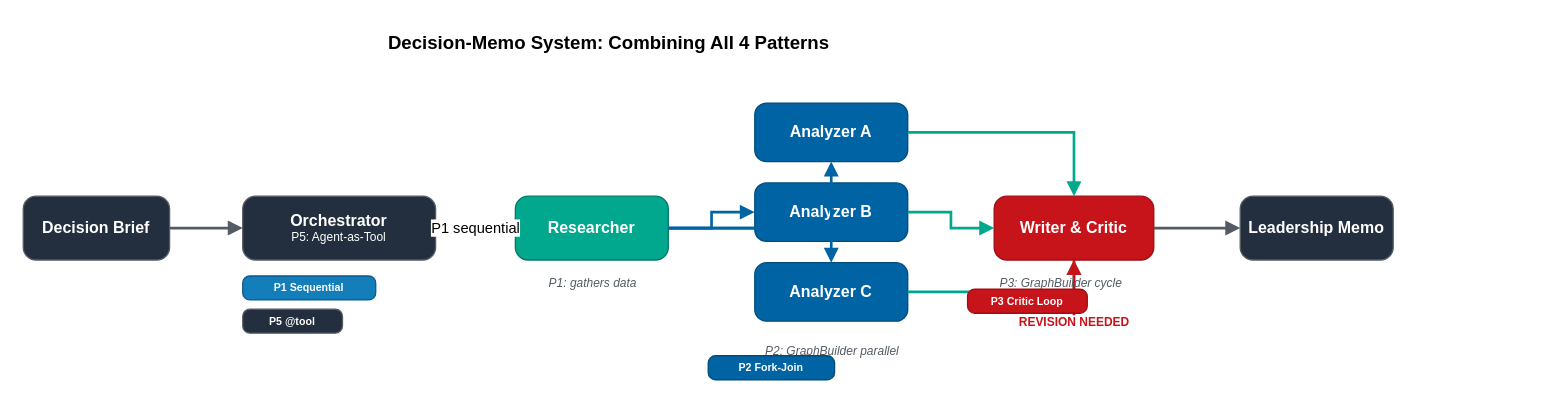
The draw.io diagram samples/07-capstone/architecture.drawio in aws-samples/sample-multi-agent-systems-with-strands-workshop, before the edit. Source tidied: cells renumbered, new cells numbered last; positions are measured from the earlier drawing's top-left corner, leaving out a move shared by most shapes. Both pictures are drawn from the tidied source at 133%, with x=0, y=0 at pixel (23, 25).
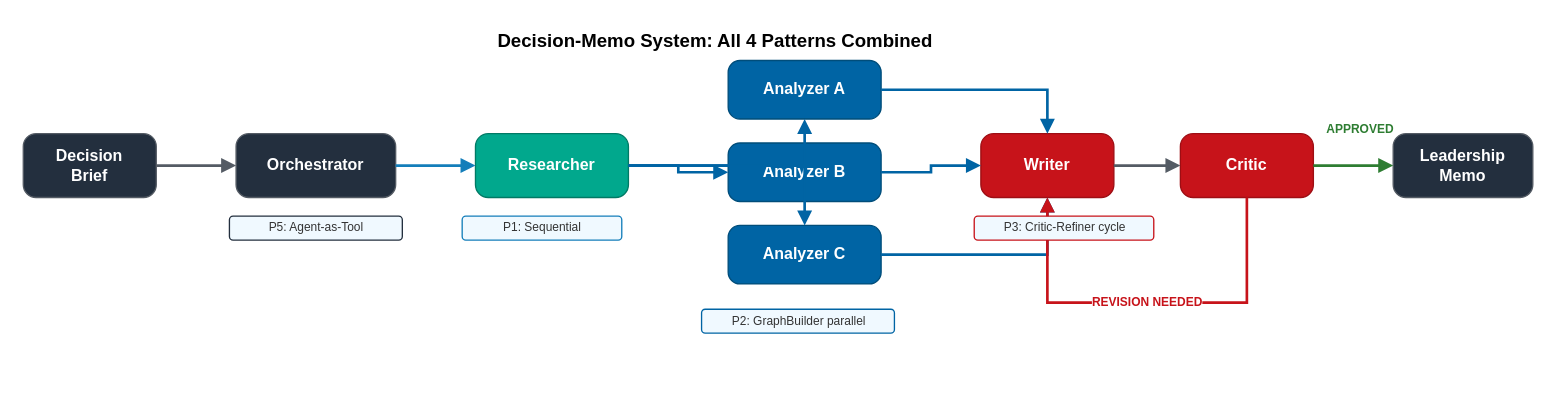
The same page after the edit.

Commit message (it also covers changes not shown here):
Fix M7 diagrams (conceptual+production clean layout); fix semgrep findings in cleanup.py (nosemgrep for intentional polling sleeps)

Change to the diagram source:
```diff
@@
-    <mxCell id="2" value="Decision-Memo System: Combining All 4 Patterns" style="text;html=1;align=center;verticalAlign=middle;fontSize=14;fontStyle=1;fillColor=none;strokeColor=none;" parent="1" vertex="1">
-      <mxGeometry width="880" height="26" as="geometry" />
-    </mxCell>
+    <mxCell id="28" value="Decision-Memo System: All 4 Patterns Combined" style="text;html=1;align=center;verticalAlign=middle;fontSize=14;fontStyle=1;fillColor=none;strokeColor=none;" parent="1" vertex="1">
+      <mxGeometry y="-2" width="1040" height="26" as="geometry" />
+    </mxCell>
-    <mxCell id="3" value="Decision Brief" style="rounded=1;whiteSpace=wrap;html=1;fillColor=#232F3E;strokeColor=#545B64;fontColor=#ffffff;fontSize=12;fontStyle=1;arcSize=20;" parent="1" vertex="1">
-      <mxGeometry y="128" width="110" height="48" as="geometry" />
+    <mxCell id="3" value="Decision&lt;br&gt;Brief" style="rounded=1;whiteSpace=wrap;html=1;fillColor=#232F3E;strokeColor=#545B64;fontColor=#ffffff;fontSize=12;fontStyle=1;arcSize=20;" parent="1" vertex="1">
+      <mxGeometry y="81" width="100" height="48" as="geometry" />
     </mxCell>
-    <mxCell id="4" value="Orchestrator&lt;div style=&quot;font-size:9px;font-weight:normal&quot;&gt;P5: Agent-as-Tool&lt;/div&gt;" style="rounded=1;whiteSpace=wrap;html=1;fillColor=#232F3E;strokeColor=#545B64;fontColor=#ffffff;fontSize=12;fontStyle=1;arcSize=20;" parent="1" vertex="1">
-      <mxGeometry x="165" y="128" width="145" height="48" as="geometry" />
+    <mxCell id="4" value="Orchestrator" style="rounded=1;whiteSpace=wrap;html=1;fillColor=#232F3E;strokeColor=#545B64;fontColor=#ffffff;fontSize=12;fontStyle=1;arcSize=20;" parent="1" vertex="1">
+      <mxGeometry x="160" y="81" width="120" height="48" as="geometry" />
     </mxCell>
     <mxCell id="5" value="Researcher" style="rounded=1;whiteSpace=wrap;html=1;fillColor=#01A88D;strokeColor=#017A65;fontColor=#ffffff;fontSize=12;fontStyle=1;arcSize=20;" parent="1" vertex="1">
-      <mxGeometry x="370" y="128" width="115" height="48" as="geometry" />
+      <mxGeometry x="340" y="81" width="115" height="48" as="geometry" />
     </mxCell>
     <mxCell id="6" value="Analyzer A" style="rounded=1;whiteSpace=wrap;html=1;fillColor=#0064A4;strokeColor=#004D7A;fontColor=#ffffff;fontSize=12;fontStyle=1;arcSize=20;" parent="1" vertex="1">
-      <mxGeometry x="550" y="58" width="115" height="44" as="geometry" />
+      <mxGeometry x="530" y="26" width="115" height="44" as="geometry" />
     </mxCell>
     <mxCell id="7" value="Analyzer B" style="rounded=1;whiteSpace=wrap;html=1;fillColor=#0064A4;strokeColor=#004D7A;fontColor=#ffffff;fontSize=12;fontStyle=1;arcSize=20;" parent="1" vertex="1">
-      <mxGeometry x="550" y="118" width="115" height="44" as="geometry" />
+      <mxGeometry x="530" y="88" width="115" height="44" as="geometry" />
     </mxCell>
     <mxCell id="8" value="Analyzer C" style="rounded=1;whiteSpace=wrap;html=1;fillColor=#0064A4;strokeColor=#004D7A;fontColor=#ffffff;fontSize=12;fontStyle=1;arcSize=20;" parent="1" vertex="1">
-      <mxGeometry x="550" y="178" width="115" height="44" as="geometry" />
+      <mxGeometry x="530" y="150" width="115" height="44" as="geometry" />
     </mxCell>
+    <mxCell id="29" value="Writer" style="rounded=1;whiteSpace=wrap;html=1;fillColor=#C7131A;strokeColor=#9E0E14;fontColor=#ffffff;fontSize=12;fontStyle=1;arcSize=20;" parent="1" vertex="1">
+      <mxGeometry x="720" y="81" width="100" height="48" as="geometry" />
+    </mxCell>
-    <mxCell id="9" value="Writer &amp; Critic" style="rounded=1;whiteSpace=wrap;html=1;fillColor=#C7131A;strokeColor=#9E0E14;fontColor=#ffffff;fontSize=12;fontStyle=1;arcSize=20;" parent="1" vertex="1">
-      <mxGeometry x="730" y="128" width="120" height="48" as="geometry" />
+    <mxCell id="9" value="Critic" style="rounded=1;whiteSpace=wrap;html=1;fillColor=#C7131A;strokeColor=#9E0E14;fontColor=#ffffff;fontSize=12;fontStyle=1;arcSize=20;" parent="1" vertex="1">
+      <mxGeometry x="870" y="81" width="100" height="48" as="geometry" />
     </mxCell>
-    <mxCell id="10" value="Leadership Memo" style="rounded=1;whiteSpace=wrap;html=1;fillColor=#232F3E;strokeColor=#545B64;fontColor=#ffffff;fontSize=12;fontStyle=1;arcSize=20;" parent="1" vertex="1">
-      <mxGeometry x="915" y="128" width="115" height="48" as="geometry" />
+    <mxCell id="10" value="Leadership&lt;br&gt;Memo" style="rounded=1;whiteSpace=wrap;html=1;fillColor=#232F3E;strokeColor=#545B64;fontColor=#ffffff;fontSize=12;fontStyle=1;arcSize=20;" parent="1" vertex="1">
+      <mxGeometry x="1030" y="81" width="105" height="48" as="geometry" />
     </mxCell>
@@
-    <mxCell id="12" value="P1 sequential" style="edgeStyle=orthogonalEdgeStyle;rounded=0;jettySize=auto;html=1;flowAnimation=1;strokeWidth=2;strokeColor=#147EBA;endArrow=block;endFill=1;" parent="1" edge="1" source="4" target="5">
+    <mxCell id="12" style="edgeStyle=orthogonalEdgeStyle;rounded=0;jettySize=auto;html=1;flowAnimation=1;strokeWidth=2;strokeColor=#147EBA;endArrow=block;endFill=1;" parent="1" edge="1" source="4" target="5">
       <mxGeometry relative="1" as="geometry" />
     </mxCell>
@@
-    <mxCell id="16" style="edgeStyle=orthogonalEdgeStyle;rounded=0;jettySize=auto;html=1;flowAnimation=1;strokeWidth=2;strokeColor=#01A88D;endArrow=block;endFill=1;" parent="1" edge="1" source="6" target="9">
-      <mxGeometry relative="1" as="geometry" />
-    </mxCell>
-    <mxCell id="17" style="edgeStyle=orthogonalEdgeStyle;rounded=0;jettySize=auto;html=1;flowAnimation=1;strokeWidth=2;strokeColor=#01A88D;endArrow=block;endFill=1;" parent="1" edge="1" source="7" target="9">
-      <mxGeometry relative="1" as="geometry" />
-    </mxCell>
-    <mxCell id="18" style="edgeStyle=orthogonalEdgeStyle;rounded=0;jettySize=auto;html=1;flowAnimation=1;strokeWidth=2;strokeColor=#01A88D;endArrow=block;endFill=1;" parent="1" edge="1" source="8" target="9">
-      <mxGeometry relative="1" as="geometry" />
-    </mxCell>
+    <mxCell id="30" style="edgeStyle=orthogonalEdgeStyle;rounded=0;jettySize=auto;html=1;flowAnimation=1;strokeWidth=2;strokeColor=#0064A4;endArrow=block;endFill=1;" parent="1" edge="1" source="6" target="29">
+      <mxGeometry relative="1" as="geometry" />
+    </mxCell>
+    <mxCell id="31" style="edgeStyle=orthogonalEdgeStyle;rounded=0;jettySize=auto;html=1;flowAnimation=1;strokeWidth=2;strokeColor=#0064A4;endArrow=block;endFill=1;" parent="1" edge="1" source="7" target="29">
+      <mxGeometry relative="1" as="geometry" />
+    </mxCell>
+    <mxCell id="32" style="edgeStyle=orthogonalEdgeStyle;rounded=0;jettySize=auto;html=1;flowAnimation=1;strokeWidth=2;strokeColor=#0064A4;endArrow=block;endFill=1;" parent="1" edge="1" source="8" target="29">
+      <mxGeometry relative="1" as="geometry" />
+    </mxCell>
+    <mxCell id="33" style="edgeStyle=orthogonalEdgeStyle;rounded=0;jettySize=auto;html=1;flowAnimation=1;strokeWidth=2;strokeColor=#545B64;endArrow=block;endFill=1;" parent="1" edge="1" source="29" target="9">
+      <mxGeometry relative="1" as="geometry" />
+    </mxCell>
-    <mxCell id="19" style="edgeStyle=orthogonalEdgeStyle;rounded=0;jettySize=auto;html=1;flowAnimation=1;strokeWidth=2;strokeColor=#545B64;endArrow=block;endFill=1;" parent="1" edge="1" source="9" target="10">
+    <mxCell id="19" style="edgeStyle=orthogonalEdgeStyle;rounded=0;jettySize=auto;html=1;flowAnimation=1;strokeWidth=2;strokeColor=#2E7D32;endArrow=block;endFill=1;" parent="1" edge="1" source="9" target="10">
       <mxGeometry relative="1" as="geometry" />
     </mxCell>
-    <mxCell id="20" value="REVISION NEEDED" style="edgeStyle=orthogonalEdgeStyle;rounded=0;orthogonalLoop=1;jettySize=auto;html=1;flowAnimation=1;strokeWidth=2;strokeColor=#C7131A;endArrow=block;endFill=1;exitX=0.5;exitY=1;exitDx=0;exitDy=0;entryX=0.5;entryY=1;entryDx=0;entryDy=0;fontSize=9;fontColor=#C7131A;fontStyle=1;" parent="1" edge="1" source="9" target="9">
+    <mxCell id="20" value="REVISION NEEDED" style="edgeStyle=orthogonalEdgeStyle;rounded=0;jettySize=auto;html=1;flowAnimation=1;strokeWidth=2;strokeColor=#C7131A;endArrow=block;endFill=1;exitX=0.5;exitY=1;exitDx=0;exitDy=0;entryX=0.5;entryY=1;entryDx=0;entryDy=0;fontSize=9;fontColor=#C7131A;fontStyle=1;" parent="1" edge="1" source="9" target="29">
       <mxGeometry relative="1" as="geometry">
         <Array as="points">
-          <mxPoint x="790" y="223" />
-          <mxPoint x="790" y="223" />
+          <mxPoint x="920" y="208" />
+          <mxPoint x="770" y="208" />
         </Array>
       </mxGeometry>
     </mxCell>
-    <mxCell id="21" value="P1: gathers data" style="text;html=1;align=center;verticalAlign=middle;fontSize=9;fontStyle=2;fillColor=none;strokeColor=none;fontColor=#545B64;" parent="1" vertex="1">
-      <mxGeometry x="355" y="185" width="145" height="18" as="geometry" />
-    </mxCell>
+    <mxCell id="34" value="APPROVED" style="text;html=1;align=center;fontSize=9;fontColor=#2E7D32;fontStyle=1;fillColor=none;strokeColor=none;" parent="1" vertex="1">
+      <mxGeometry x="970" y="66" width="70" height="16" as="geometry" />
+    </mxCell>
+    <mxCell id="35" value="P5: Agent-as-Tool" style="text;html=1;align=center;verticalAlign=middle;fontSize=9;fontStyle=0;fillColor=#F0F9FF;strokeColor=#232F3E;rounded=1;fontColor=#333;" parent="1" vertex="1">
+      <mxGeometry x="155" y="143" width="130" height="18" as="geometry" />
+    </mxCell>
+    <mxCell id="36" value="P1: Sequential" style="text;html=1;align=center;verticalAlign=middle;fontSize=9;fontStyle=0;fillColor=#F0F9FF;strokeColor=#147EBA;rounded=1;fontColor=#333;" parent="1" vertex="1">
+      <mxGeometry x="330" y="143" width="120" height="18" as="geometry" />
+    </mxCell>
-    <mxCell id="22" value="P2: GraphBuilder parallel" style="text;html=1;align=center;verticalAlign=middle;fontSize=9;fontStyle=2;fillColor=none;strokeColor=none;fontColor=#545B64;" parent="1" vertex="1">
-      <mxGeometry x="515" y="236" width="185" height="18" as="geometry" />
+    <mxCell id="22" value="P2: GraphBuilder parallel" style="text;html=1;align=center;verticalAlign=middle;fontSize=9;fontStyle=0;fillColor=#F0F9FF;strokeColor=#0064A4;rounded=1;fontColor=#333;" parent="1" vertex="1">
+      <mxGeometry x="510" y="213" width="145" height="18" as="geometry" />
     </mxCell>
-    <mxCell id="23" value="P3: GraphBuilder cycle" style="text;html=1;align=center;verticalAlign=middle;fontSize=9;fontStyle=2;fillColor=none;strokeColor=none;fontColor=#545B64;" parent="1" vertex="1">
-      <mxGeometry x="710" y="185" width="140" height="18" as="geometry" />
-    </mxCell>
-    <mxCell id="24" value="P1 Sequential" style="rounded=1;whiteSpace=wrap;html=1;fillColor=#147EBA;strokeColor=#0D5A8F;fontColor=#ffffff;fontSize=8;fontStyle=1;arcSize=30;" parent="1" vertex="1">
-      <mxGeometry x="165" y="188" width="100" height="18" as="geometry" />
-    </mxCell>
-    <mxCell id="25" value="P2 Fork-Join" style="rounded=1;whiteSpace=wrap;html=1;fillColor=#0064A4;strokeColor=#004D7A;fontColor=#ffffff;fontSize=8;fontStyle=1;arcSize=30;" parent="1" vertex="1">
-      <mxGeometry x="515" y="248" width="95" height="18" as="geometry" />
-    </mxCell>
-    <mxCell id="26" value="P3 Critic Loop" style="rounded=1;whiteSpace=wrap;html=1;fillColor=#C7131A;strokeColor=#9E0E14;fontColor=#ffffff;fontSize=8;fontStyle=1;arcSize=30;" parent="1" vertex="1">
-      <mxGeometry x="710" y="198" width="90" height="18" as="geometry" />
-    </mxCell>
-    <mxCell id="27" value="P5 @tool" style="rounded=1;whiteSpace=wrap;html=1;fillColor=#232F3E;strokeColor=#545B64;fontColor=#ffffff;fontSize=8;fontStyle=1;arcSize=30;" parent="1" vertex="1">
-      <mxGeometry x="165" y="213" width="75" height="18" as="geometry" />
-    </mxCell>
+    <mxCell id="37" value="P3: Critic-Refiner cycle" style="text;html=1;align=center;verticalAlign=middle;fontSize=9;fontStyle=0;fillColor=#F0F9FF;strokeColor=#C7131A;rounded=1;fontColor=#333;" parent="1" vertex="1">
+      <mxGeometry x="715" y="143" width="135" height="18" as="geometry" />
+    </mxCell>
```
